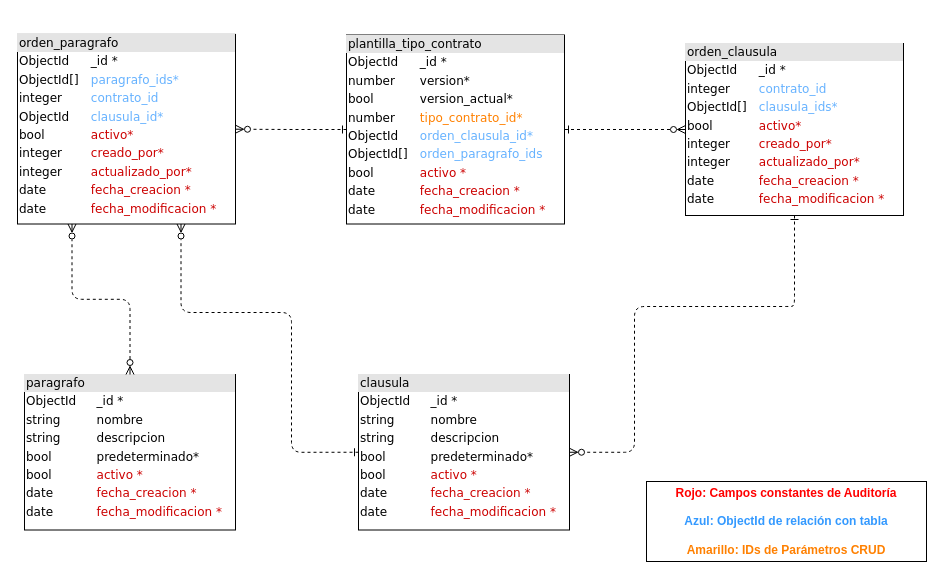
This is database/modelo-datos-no-relacional-clausulas-paragrafos.drawio from udistrital/clausulas_paragrafos_crud, a draw.io file, before an edit. Source tidied: cells renumbered, new cells numbered last; positions are measured from the earlier drawing's top-left corner, leaving out a move shared by most shapes. Both pictures are drawn from the tidied source at 100%, with x=0, y=0 at pixel (17, 34).
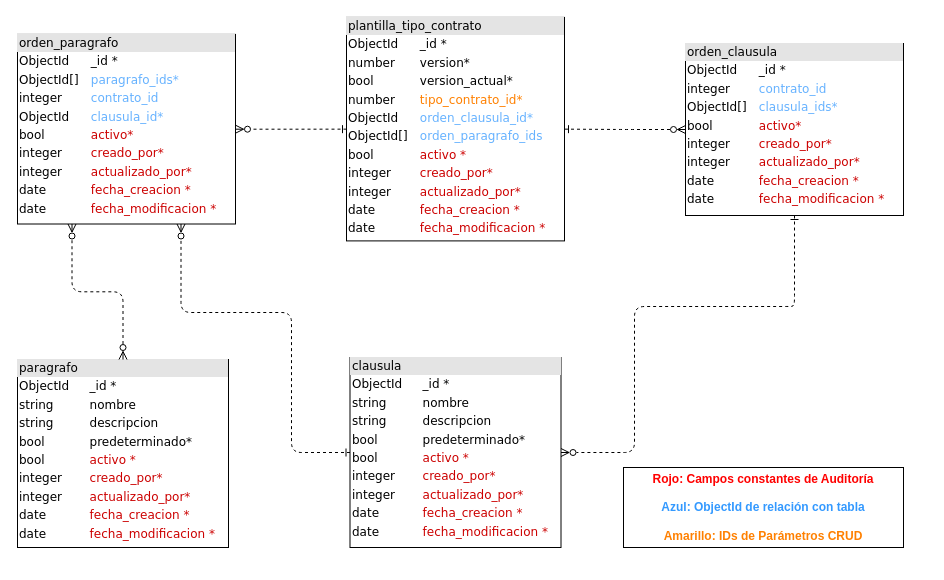
The same page after the edit.

Commit message (it also covers changes not shown here):
feat: Actualización modelo de datos campos auditoria udistrital/argo_documentacion#169

What changed in the source:
```diff
@@
 <mxGraphModel>
   <root>
     <mxCell id="0" />
     <mxCell id="1" parent="0" />
-    <mxCell id="2" value="&lt;div style=&quot;box-sizing: border-box ; width: 100% ; background: #e4e4e4 ; padding: 2px&quot;&gt;clausula&lt;/div&gt;&lt;table style=&quot;width: 100% ; font-size: 1em&quot; cellpadding=&quot;2&quot; cellspacing=&quot;0&quot;&gt;&lt;tbody&gt;&lt;tr&gt;&lt;td&gt;ObjectId&lt;span style=&quot;white-space: pre;&quot;&gt;&#9;&lt;/span&gt;&lt;/td&gt;&lt;td&gt;_id *&lt;/td&gt;&lt;/tr&gt;&lt;tr&gt;&lt;td&gt;string&lt;/td&gt;&lt;td&gt;nombre&lt;/td&gt;&lt;/tr&gt;&lt;tr&gt;&lt;td&gt;string&lt;br&gt;&lt;/td&gt;&lt;td&gt;descripcion&lt;br&gt;&lt;/td&gt;&lt;/tr&gt;&lt;tr&gt;&lt;td&gt;bool&lt;/td&gt;&lt;td&gt;predeterminado*&lt;/td&gt;&lt;/tr&gt;&lt;tr&gt;&lt;td&gt;bool&lt;br&gt;&lt;/td&gt;&lt;td&gt;&lt;span style=&quot;color: rgb(204, 0, 0);&quot;&gt;activo *&lt;/span&gt;&lt;br style=&quot;color: rgb(204, 0, 0);&quot;&gt;&lt;/td&gt;&lt;/tr&gt;&lt;tr&gt;&lt;td&gt;date&lt;/td&gt;&lt;td&gt;&lt;span style=&quot;color: rgb(204, 0, 0);&quot;&gt;fecha_creacion *&lt;/span&gt;&lt;br style=&quot;color: rgb(204, 0, 0);&quot;&gt;&lt;/td&gt;&lt;/tr&gt;&lt;tr&gt;&lt;td&gt;date&lt;/td&gt;&lt;td&gt;&lt;span style=&quot;color: rgb(204, 0, 0);&quot;&gt;fecha_modificacion *&lt;/span&gt;&lt;br&gt;&lt;/td&gt;&lt;/tr&gt;&lt;/tbody&gt;&lt;/table&gt;" style="verticalAlign=top;align=left;overflow=fill;html=1;rounded=0;shadow=0;comic=0;labelBackgroundColor=none;strokeWidth=1;fontFamily=Verdana;fontSize=12;" parent="1" vertex="1">
-      <mxGeometry x="341" y="340" width="211" height="155.5" as="geometry" />
+    <mxCell id="2" value="&lt;div style=&quot;box-sizing: border-box ; width: 100% ; background: #e4e4e4 ; padding: 2px&quot;&gt;clausula&lt;/div&gt;&lt;table style=&quot;width: 100% ; font-size: 1em&quot; cellpadding=&quot;2&quot; cellspacing=&quot;0&quot;&gt;&lt;tbody&gt;&lt;tr&gt;&lt;td&gt;ObjectId&lt;span style=&quot;white-space: pre;&quot;&gt;&#9;&lt;/span&gt;&lt;/td&gt;&lt;td&gt;_id *&lt;/td&gt;&lt;/tr&gt;&lt;tr&gt;&lt;td&gt;string&lt;/td&gt;&lt;td&gt;nombre&lt;/td&gt;&lt;/tr&gt;&lt;tr&gt;&lt;td&gt;string&lt;br&gt;&lt;/td&gt;&lt;td&gt;descripcion&lt;br&gt;&lt;/td&gt;&lt;/tr&gt;&lt;tr&gt;&lt;td&gt;bool&lt;/td&gt;&lt;td&gt;predeterminado*&lt;/td&gt;&lt;/tr&gt;&lt;tr&gt;&lt;td&gt;bool&lt;br&gt;&lt;/td&gt;&lt;td&gt;&lt;span style=&quot;color: rgb(204, 0, 0);&quot;&gt;activo *&lt;/span&gt;&lt;br style=&quot;color: rgb(204, 0, 0);&quot;&gt;&lt;/td&gt;&lt;/tr&gt;&lt;tr&gt;&lt;td&gt;integer&lt;br&gt;&lt;/td&gt;&lt;td&gt;&lt;span style=&quot;color: rgb(204, 0, 0);&quot;&gt;creado_por*&lt;/span&gt;&lt;br&gt;&lt;/td&gt;&lt;/tr&gt;&lt;tr&gt;&lt;td&gt;integer&lt;br&gt;&lt;/td&gt;&lt;td&gt;&lt;span style=&quot;color: rgb(204, 0, 0);&quot;&gt;actualizado_por*&lt;/span&gt;&lt;br&gt;&lt;/td&gt;&lt;/tr&gt;&lt;tr&gt;&lt;td&gt;date&lt;/td&gt;&lt;td&gt;&lt;span style=&quot;color: rgb(204, 0, 0);&quot;&gt;fecha_creacion *&lt;/span&gt;&lt;br style=&quot;color: rgb(204, 0, 0);&quot;&gt;&lt;/td&gt;&lt;/tr&gt;&lt;tr&gt;&lt;td&gt;date&lt;/td&gt;&lt;td&gt;&lt;span style=&quot;color: rgb(204, 0, 0);&quot;&gt;fecha_modificacion *&lt;/span&gt;&lt;br&gt;&lt;/td&gt;&lt;/tr&gt;&lt;/tbody&gt;&lt;/table&gt;" style="verticalAlign=top;align=left;overflow=fill;html=1;rounded=0;shadow=0;comic=0;labelBackgroundColor=none;strokeWidth=1;fontFamily=Verdana;fontSize=12;" parent="1" vertex="1">
+      <mxGeometry x="332.5" y="323" width="211" height="190" as="geometry" />
     </mxCell>
-    <mxCell id="3" value="&lt;div style=&quot;box-sizing: border-box ; width: 100% ; background: #e4e4e4 ; padding: 2px&quot;&gt;paragrafo&lt;/div&gt;&lt;table style=&quot;width: 100% ; font-size: 1em&quot; cellpadding=&quot;2&quot; cellspacing=&quot;0&quot;&gt;&lt;tbody&gt;&lt;tr&gt;&lt;td&gt;ObjectId&lt;span style=&quot;white-space: pre;&quot;&gt;&#9;&lt;/span&gt;&lt;/td&gt;&lt;td&gt;_id *&lt;/td&gt;&lt;/tr&gt;&lt;tr&gt;&lt;td&gt;string&lt;/td&gt;&lt;td&gt;nombre&lt;/td&gt;&lt;/tr&gt;&lt;tr&gt;&lt;td&gt;string&lt;br&gt;&lt;/td&gt;&lt;td&gt;descripcion&lt;br&gt;&lt;/td&gt;&lt;/tr&gt;&lt;tr&gt;&lt;td&gt;bool&lt;/td&gt;&lt;td&gt;predeterminado*&lt;/td&gt;&lt;/tr&gt;&lt;tr&gt;&lt;td&gt;bool&lt;br&gt;&lt;/td&gt;&lt;td&gt;&lt;span style=&quot;color: rgb(204, 0, 0);&quot;&gt;activo *&lt;/span&gt;&lt;br style=&quot;color: rgb(204, 0, 0);&quot;&gt;&lt;/td&gt;&lt;/tr&gt;&lt;tr&gt;&lt;td&gt;date&lt;/td&gt;&lt;td&gt;&lt;span style=&quot;color: rgb(204, 0, 0);&quot;&gt;fecha_creacion *&lt;/span&gt;&lt;br style=&quot;color: rgb(204, 0, 0);&quot;&gt;&lt;/td&gt;&lt;/tr&gt;&lt;tr&gt;&lt;td&gt;date&lt;/td&gt;&lt;td&gt;&lt;span style=&quot;color: rgb(204, 0, 0);&quot;&gt;fecha_modificacion *&lt;/span&gt;&lt;br&gt;&lt;/td&gt;&lt;/tr&gt;&lt;/tbody&gt;&lt;/table&gt;" style="verticalAlign=top;align=left;overflow=fill;html=1;rounded=0;shadow=0;comic=0;labelBackgroundColor=none;strokeWidth=1;fontFamily=Verdana;fontSize=12;" parent="1" vertex="1">
-      <mxGeometry x="7" y="340" width="211" height="155.5" as="geometry" />
+    <mxCell id="3" value="&lt;div style=&quot;box-sizing: border-box ; width: 100% ; background: #e4e4e4 ; padding: 2px&quot;&gt;paragrafo&lt;/div&gt;&lt;table style=&quot;width: 100% ; font-size: 1em&quot; cellpadding=&quot;2&quot; cellspacing=&quot;0&quot;&gt;&lt;tbody&gt;&lt;tr&gt;&lt;td&gt;ObjectId&lt;span style=&quot;white-space: pre;&quot;&gt;&#9;&lt;/span&gt;&lt;/td&gt;&lt;td&gt;_id *&lt;/td&gt;&lt;/tr&gt;&lt;tr&gt;&lt;td&gt;string&lt;/td&gt;&lt;td&gt;nombre&lt;/td&gt;&lt;/tr&gt;&lt;tr&gt;&lt;td&gt;string&lt;br&gt;&lt;/td&gt;&lt;td&gt;descripcion&lt;br&gt;&lt;/td&gt;&lt;/tr&gt;&lt;tr&gt;&lt;td&gt;bool&lt;/td&gt;&lt;td&gt;predeterminado*&lt;/td&gt;&lt;/tr&gt;&lt;tr&gt;&lt;td&gt;bool&lt;br&gt;&lt;/td&gt;&lt;td&gt;&lt;span style=&quot;color: rgb(204, 0, 0);&quot;&gt;activo *&lt;/span&gt;&lt;br style=&quot;color: rgb(204, 0, 0);&quot;&gt;&lt;/td&gt;&lt;/tr&gt;&lt;tr&gt;&lt;td&gt;integer&lt;/td&gt;&lt;td&gt;&lt;span style=&quot;color: rgb(204, 0, 0);&quot;&gt;creado_por*&lt;/span&gt;&lt;br&gt;&lt;/td&gt;&lt;/tr&gt;&lt;tr&gt;&lt;td&gt;integer&lt;br&gt;&lt;/td&gt;&lt;td&gt;&lt;span style=&quot;color: rgb(204, 0, 0);&quot;&gt;actualizado_por*&lt;/span&gt;&lt;br&gt;&lt;/td&gt;&lt;/tr&gt;&lt;tr&gt;&lt;td&gt;date&lt;/td&gt;&lt;td&gt;&lt;span style=&quot;color: rgb(204, 0, 0);&quot;&gt;fecha_creacion *&lt;/span&gt;&lt;br style=&quot;color: rgb(204, 0, 0);&quot;&gt;&lt;/td&gt;&lt;/tr&gt;&lt;tr&gt;&lt;td&gt;date&lt;/td&gt;&lt;td&gt;&lt;span style=&quot;color: rgb(204, 0, 0);&quot;&gt;fecha_modificacion *&lt;/span&gt;&lt;br&gt;&lt;/td&gt;&lt;/tr&gt;&lt;/tbody&gt;&lt;/table&gt;" style="verticalAlign=top;align=left;overflow=fill;html=1;rounded=0;shadow=0;comic=0;labelBackgroundColor=none;strokeWidth=1;fontFamily=Verdana;fontSize=12;" parent="1" vertex="1">
+      <mxGeometry y="325" width="211" height="188" as="geometry" />
     </mxCell>
     <mxCell id="4" value="&lt;div style=&quot;box-sizing: border-box ; width: 100% ; background: #e4e4e4 ; padding: 2px&quot;&gt;orden_clausula&lt;/div&gt;&lt;table style=&quot;width: 100% ; font-size: 1em&quot; cellpadding=&quot;2&quot; cellspacing=&quot;0&quot;&gt;&lt;tbody&gt;&lt;tr&gt;&lt;td&gt;ObjectId&lt;/td&gt;&lt;td&gt;_id *&lt;/td&gt;&lt;/tr&gt;&lt;tr&gt;&lt;td&gt;integer&lt;br&gt;&lt;/td&gt;&lt;td&gt;&lt;font color=&quot;#66b2ff&quot;&gt;contrato_id&lt;/font&gt;&lt;/td&gt;&lt;/tr&gt;&lt;tr&gt;&lt;td&gt;ObjectId[]&lt;/td&gt;&lt;td&gt;&lt;font color=&quot;#66b2ff&quot;&gt;clausula_ids*&lt;/font&gt;&lt;/td&gt;&lt;/tr&gt;&lt;tr&gt;&lt;td&gt;bool&lt;/td&gt;&lt;td&gt;&lt;font color=&quot;#cc0000&quot;&gt;activo*&lt;/font&gt;&lt;/td&gt;&lt;/tr&gt;&lt;tr&gt;&lt;td&gt;integer&lt;/td&gt;&lt;td&gt;&lt;font color=&quot;#cc0000&quot;&gt;creado_por*&lt;/font&gt;&lt;/td&gt;&lt;/tr&gt;&lt;tr&gt;&lt;td&gt;integer&lt;/td&gt;&lt;td&gt;&lt;font color=&quot;#cc0000&quot;&gt;actualizado_por*&lt;/font&gt;&lt;/td&gt;&lt;/tr&gt;&lt;tr&gt;&lt;td&gt;date&lt;/td&gt;&lt;td&gt;&lt;span style=&quot;color: rgb(204, 0, 0);&quot;&gt;fecha_creacion *&lt;/span&gt;&lt;br style=&quot;color: rgb(204, 0, 0);&quot;&gt;&lt;/td&gt;&lt;/tr&gt;&lt;tr&gt;&lt;td&gt;date&lt;/td&gt;&lt;td&gt;&lt;span style=&quot;color: rgb(204, 0, 0);&quot;&gt;fecha_modificacion *&lt;/span&gt;&lt;br&gt;&lt;/td&gt;&lt;/tr&gt;&lt;/tbody&gt;&lt;/table&gt;" style="verticalAlign=top;align=left;overflow=fill;html=1;rounded=0;shadow=0;comic=0;labelBackgroundColor=none;strokeWidth=1;fontFamily=Verdana;fontSize=12;" parent="1" vertex="1">
       <mxGeometry x="668" y="9" width="218" height="172" as="geometry" />
     </mxCell>
-    <mxCell id="5" value="&lt;div style=&quot;box-sizing: border-box ; width: 100% ; background: #e4e4e4 ; padding: 2px&quot;&gt;plantilla_tipo_contrato&lt;/div&gt;&lt;table style=&quot;width: 100% ; font-size: 1em&quot; cellpadding=&quot;2&quot; cellspacing=&quot;0&quot;&gt;&lt;tbody&gt;&lt;tr&gt;&lt;td&gt;ObjectId&lt;/td&gt;&lt;td&gt;_id *&lt;/td&gt;&lt;/tr&gt;&lt;tr&gt;&lt;td&gt;number&lt;/td&gt;&lt;td&gt;version*&lt;/td&gt;&lt;/tr&gt;&lt;tr&gt;&lt;td&gt;bool&lt;/td&gt;&lt;td&gt;version_actual*&lt;/td&gt;&lt;/tr&gt;&lt;tr&gt;&lt;td&gt;number&lt;/td&gt;&lt;td&gt;&lt;font color=&quot;#ff8000&quot;&gt;tipo_contrato_id*&lt;/font&gt;&lt;/td&gt;&lt;/tr&gt;&lt;tr&gt;&lt;td&gt;ObjectId&lt;/td&gt;&lt;td&gt;&lt;font color=&quot;#66b2ff&quot;&gt;orden_clausula_id*&lt;/font&gt;&lt;/td&gt;&lt;/tr&gt;&lt;tr&gt;&lt;td&gt;ObjectId[]&lt;/td&gt;&lt;td&gt;&lt;font color=&quot;#66b2ff&quot;&gt;orden_paragrafo_ids&lt;/font&gt;&lt;/td&gt;&lt;/tr&gt;&lt;tr&gt;&lt;td&gt;bool&lt;br&gt;&lt;/td&gt;&lt;td&gt;&lt;span style=&quot;color: rgb(204, 0, 0);&quot;&gt;activo *&lt;/span&gt;&lt;br style=&quot;color: rgb(204, 0, 0);&quot;&gt;&lt;/td&gt;&lt;/tr&gt;&lt;tr&gt;&lt;td&gt;date&lt;/td&gt;&lt;td&gt;&lt;span style=&quot;color: rgb(204, 0, 0);&quot;&gt;fecha_creacion *&lt;/span&gt;&lt;br style=&quot;color: rgb(204, 0, 0);&quot;&gt;&lt;/td&gt;&lt;/tr&gt;&lt;tr&gt;&lt;td&gt;date&lt;/td&gt;&lt;td&gt;&lt;span style=&quot;color: rgb(204, 0, 0);&quot;&gt;fecha_modificacion *&lt;/span&gt;&lt;br&gt;&lt;/td&gt;&lt;/tr&gt;&lt;/tbody&gt;&lt;/table&gt;" style="verticalAlign=top;align=left;overflow=fill;html=1;rounded=0;shadow=0;comic=0;labelBackgroundColor=none;strokeWidth=1;fontFamily=Verdana;fontSize=12;" parent="1" vertex="1">
-      <mxGeometry x="329" y="0.5" width="218" height="189" as="geometry" />
+    <mxCell id="5" value="&lt;div style=&quot;box-sizing: border-box ; width: 100% ; background: #e4e4e4 ; padding: 2px&quot;&gt;plantilla_tipo_contrato&lt;/div&gt;&lt;table style=&quot;width: 100% ; font-size: 1em&quot; cellpadding=&quot;2&quot; cellspacing=&quot;0&quot;&gt;&lt;tbody&gt;&lt;tr&gt;&lt;td&gt;ObjectId&lt;/td&gt;&lt;td&gt;_id *&lt;/td&gt;&lt;/tr&gt;&lt;tr&gt;&lt;td&gt;number&lt;/td&gt;&lt;td&gt;version*&lt;/td&gt;&lt;/tr&gt;&lt;tr&gt;&lt;td&gt;bool&lt;/td&gt;&lt;td&gt;version_actual*&lt;/td&gt;&lt;/tr&gt;&lt;tr&gt;&lt;td&gt;number&lt;/td&gt;&lt;td&gt;&lt;font color=&quot;#ff8000&quot;&gt;tipo_contrato_id*&lt;/font&gt;&lt;/td&gt;&lt;/tr&gt;&lt;tr&gt;&lt;td&gt;ObjectId&lt;/td&gt;&lt;td&gt;&lt;font color=&quot;#66b2ff&quot;&gt;orden_clausula_id*&lt;/font&gt;&lt;/td&gt;&lt;/tr&gt;&lt;tr&gt;&lt;td&gt;ObjectId[]&lt;/td&gt;&lt;td&gt;&lt;font color=&quot;#66b2ff&quot;&gt;orden_paragrafo_ids&lt;/font&gt;&lt;/td&gt;&lt;/tr&gt;&lt;tr&gt;&lt;td&gt;bool&lt;br&gt;&lt;/td&gt;&lt;td&gt;&lt;span style=&quot;color: rgb(204, 0, 0);&quot;&gt;activo *&lt;/span&gt;&lt;br style=&quot;color: rgb(204, 0, 0);&quot;&gt;&lt;/td&gt;&lt;/tr&gt;&lt;tr&gt;&lt;td&gt;integer&lt;br&gt;&lt;/td&gt;&lt;td&gt;&lt;span style=&quot;color: rgb(204, 0, 0);&quot;&gt;creado_por*&lt;/span&gt;&lt;br&gt;&lt;/td&gt;&lt;/tr&gt;&lt;tr&gt;&lt;td&gt;integer&lt;br&gt;&lt;/td&gt;&lt;td&gt;&lt;span style=&quot;color: rgb(204, 0, 0);&quot;&gt;actualizado_por*&lt;/span&gt;&lt;br&gt;&lt;/td&gt;&lt;/tr&gt;&lt;tr&gt;&lt;td&gt;date&lt;/td&gt;&lt;td&gt;&lt;span style=&quot;color: rgb(204, 0, 0);&quot;&gt;fecha_creacion *&lt;/span&gt;&lt;br style=&quot;color: rgb(204, 0, 0);&quot;&gt;&lt;/td&gt;&lt;/tr&gt;&lt;tr&gt;&lt;td&gt;date&lt;/td&gt;&lt;td&gt;&lt;span style=&quot;color: rgb(204, 0, 0);&quot;&gt;fecha_modificacion *&lt;/span&gt;&lt;br&gt;&lt;/td&gt;&lt;/tr&gt;&lt;/tbody&gt;&lt;/table&gt;" style="verticalAlign=top;align=left;overflow=fill;html=1;rounded=0;shadow=0;comic=0;labelBackgroundColor=none;strokeWidth=1;fontFamily=Verdana;fontSize=12;" parent="1" vertex="1">
+      <mxGeometry x="329" y="-17.1" width="218" height="223.5" as="geometry" />
     </mxCell>
     <mxCell id="6" style="edgeStyle=orthogonalEdgeStyle;html=1;dashed=1;labelBackgroundColor=none;startArrow=ERone;endArrow=ERzeroToMany;fontFamily=Verdana;fontSize=12;align=left;startFill=0;endFill=0;entryX=1;entryY=0.5;entryDx=0;entryDy=0;exitX=0.5;exitY=1;exitDx=0;exitDy=0;" parent="1" edge="1" source="4" target="2">
       <mxGeometry relative="1" as="geometry">
         <Array as="points">
           <mxPoint x="777" y="271" />
           <mxPoint x="775" y="271" />
           <mxPoint x="775" y="272" />
           <mxPoint x="617" y="272" />
           <mxPoint x="617" y="418" />
         </Array>
       </mxGeometry>
     </mxCell>
     <mxCell id="7" style="edgeStyle=orthogonalEdgeStyle;html=1;dashed=1;labelBackgroundColor=none;startArrow=ERone;endArrow=ERzeroToMany;fontFamily=Verdana;fontSize=12;align=left;startFill=0;endFill=0;entryX=0.75;entryY=1;entryDx=0;entryDy=0;exitX=0;exitY=0.5;exitDx=0;exitDy=0;" parent="1" edge="1" source="2" target="8">
       <mxGeometry relative="1" as="geometry">
         <Array as="points">
           <mxPoint x="274" y="418" />
           <mxPoint x="274" y="278" />
           <mxPoint x="164" y="278" />
         </Array>
       </mxGeometry>
     </mxCell>
     <mxCell id="8" value="&lt;div style=&quot;box-sizing: border-box ; width: 100% ; background: #e4e4e4 ; padding: 2px&quot;&gt;orden_paragrafo&lt;/div&gt;&lt;table style=&quot;width: 100% ; font-size: 1em&quot; cellpadding=&quot;2&quot; cellspacing=&quot;0&quot;&gt;&lt;tbody&gt;&lt;tr&gt;&lt;td&gt;ObjectId&lt;/td&gt;&lt;td&gt;_id *&lt;/td&gt;&lt;/tr&gt;&lt;tr&gt;&lt;td&gt;ObjectId[]&lt;/td&gt;&lt;td&gt;&lt;font color=&quot;#66b2ff&quot;&gt;paragrafo_ids*&lt;/font&gt;&lt;/td&gt;&lt;/tr&gt;&lt;tr&gt;&lt;td&gt;integer&lt;/td&gt;&lt;td&gt;&lt;font color=&quot;#66b2ff&quot;&gt;contrato_id&lt;/font&gt;&lt;/td&gt;&lt;/tr&gt;&lt;tr&gt;&lt;td&gt;ObjectId&lt;/td&gt;&lt;td&gt;&lt;font color=&quot;#66b2ff&quot;&gt;clausula_id*&lt;/font&gt;&lt;/td&gt;&lt;/tr&gt;&lt;tr&gt;&lt;td&gt;bool&lt;/td&gt;&lt;td&gt;&lt;font color=&quot;#cc0000&quot;&gt;activo*&lt;/font&gt;&lt;/td&gt;&lt;/tr&gt;&lt;tr&gt;&lt;td&gt;integer&lt;/td&gt;&lt;td&gt;&lt;font color=&quot;#cc0000&quot;&gt;creado_por*&lt;/font&gt;&lt;/td&gt;&lt;/tr&gt;&lt;tr&gt;&lt;td&gt;integer&lt;/td&gt;&lt;td&gt;&lt;font color=&quot;#cc0000&quot;&gt;actualizado_por*&lt;/font&gt;&lt;/td&gt;&lt;/tr&gt;&lt;tr&gt;&lt;td&gt;date&lt;/td&gt;&lt;td&gt;&lt;span style=&quot;color: rgb(204, 0, 0);&quot;&gt;fecha_creacion *&lt;/span&gt;&lt;br style=&quot;color: rgb(204, 0, 0);&quot;&gt;&lt;/td&gt;&lt;/tr&gt;&lt;tr&gt;&lt;td&gt;date&lt;/td&gt;&lt;td&gt;&lt;span style=&quot;color: rgb(204, 0, 0);&quot;&gt;fecha_modificacion *&lt;/span&gt;&lt;br&gt;&lt;/td&gt;&lt;/tr&gt;&lt;/tbody&gt;&lt;/table&gt;" style="verticalAlign=top;align=left;overflow=fill;html=1;rounded=0;shadow=0;comic=0;labelBackgroundColor=none;strokeWidth=1;fontFamily=Verdana;fontSize=12;" parent="1" vertex="1">
       <mxGeometry y="-0.1" width="218" height="189.6" as="geometry" />
     </mxCell>
     <mxCell id="9" style="edgeStyle=orthogonalEdgeStyle;html=1;dashed=1;labelBackgroundColor=none;startArrow=ERzeroToMany;endArrow=ERzeroToMany;fontFamily=Verdana;fontSize=12;align=left;startFill=0;endFill=0;entryX=0.25;entryY=1;entryDx=0;entryDy=0;exitX=0.5;exitY=0;exitDx=0;exitDy=0;" parent="1" edge="1" source="3" target="8">
       <mxGeometry relative="1" as="geometry" />
     </mxCell>
     <mxCell id="10" style="edgeStyle=orthogonalEdgeStyle;html=1;dashed=1;labelBackgroundColor=none;startArrow=ERone;endArrow=ERzeroToMany;fontFamily=Verdana;fontSize=12;align=left;startFill=0;endFill=0;entryX=1;entryY=0.5;entryDx=0;entryDy=0;exitX=0;exitY=0.5;exitDx=0;exitDy=0;" parent="1" edge="1" source="5" target="8">
       <mxGeometry relative="1" as="geometry" />
     </mxCell>
     <mxCell id="11" style="edgeStyle=orthogonalEdgeStyle;html=1;dashed=1;labelBackgroundColor=none;startArrow=ERzeroToMany;endArrow=ERone;fontFamily=Verdana;fontSize=12;align=left;startFill=0;endFill=0;entryX=1;entryY=0.5;entryDx=0;entryDy=0;exitX=0;exitY=0.5;exitDx=0;exitDy=0;" parent="1" edge="1" source="4" target="5">
       <mxGeometry relative="1" as="geometry" />
     </mxCell>
     <mxCell id="12" value="&lt;b&gt;&lt;font color=&quot;#ff0000&quot;&gt;Rojo: Campos constantes de Auditoría&lt;/font&gt;&lt;/b&gt;&lt;div&gt;&lt;b&gt;&lt;font color=&quot;#ff0000&quot;&gt;&lt;br&gt;&lt;/font&gt;&lt;/b&gt;&lt;/div&gt;&lt;div&gt;&lt;b&gt;&lt;font color=&quot;#3399ff&quot;&gt;Azul: ObjectId de relación con tabla&lt;/font&gt;&lt;/b&gt;&lt;/div&gt;&lt;div&gt;&lt;b&gt;&lt;font color=&quot;#3399ff&quot;&gt;&lt;br&gt;&lt;/font&gt;&lt;/b&gt;&lt;/div&gt;&lt;div&gt;&lt;b&gt;&lt;font color=&quot;#ff8000&quot;&gt;Amarillo: IDs de Parámetros CRUD&lt;/font&gt;&lt;/b&gt;&lt;/div&gt;" style="rounded=0;whiteSpace=wrap;html=1;" parent="1" vertex="1">
-      <mxGeometry x="629" y="447" width="280" height="80" as="geometry" />
+      <mxGeometry x="606" y="433" width="280" height="80" as="geometry" />
     </mxCell>
   </root>
 </mxGraphModel>
```
